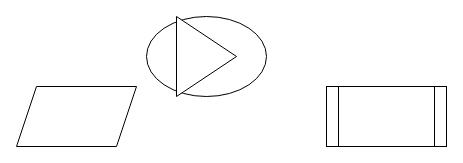
Before: page "Exemplo ELB-3" (3 of 3) of ElasticLoadBalance/ArquiteturaELB.drawio in ferhmdiogo/arquiteturasaws, a draw.io diagram. Source tidied: cells renumbered, new cells numbered last; positions are measured from the earlier drawing's top-left corner, leaving out a move shared by most shapes. Both pictures are drawn from the tidied source at 100%, with x=0, y=0 at pixel (16, 16).
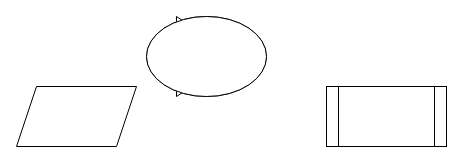
Above is the later version.

Commit message:
Alteração de desenhos

Diff of the diagram source:
```diff
@@
 <mxGraphModel>
   <root>
     <mxCell id="0" />
     <mxCell id="1" parent="0" />
     <mxCell id="2" style="ellipse;whiteSpace=wrap;html=1;" parent="1" vertex="1">
       <mxGeometry x="130" width="120" height="80" as="geometry" />
     </mxCell>
     <mxCell id="3" style="shape=parallelogram;perimeter=parallelogramPerimeter;whiteSpace=wrap;html=1;fixedSize=1;" parent="1" vertex="1">
       <mxGeometry y="70" width="120" height="60" as="geometry" />
     </mxCell>
     <mxCell id="4" style="shape=process;whiteSpace=wrap;html=1;backgroundOutline=1;" parent="1" vertex="1">
       <mxGeometry x="310" y="70" width="120" height="60" as="geometry" />
     </mxCell>
     <mxCell id="5" style="triangle;whiteSpace=wrap;html=1;" parent="1" vertex="1">
       <mxGeometry x="160" width="60" height="80" as="geometry" />
     </mxCell>
+    <mxCell id="6" style="ellipse;whiteSpace=wrap;html=1;" parent="1" vertex="1">
+      <mxGeometry x="130" width="120" height="80" as="geometry" />
+    </mxCell>
   </root>
 </mxGraphModel>
```
